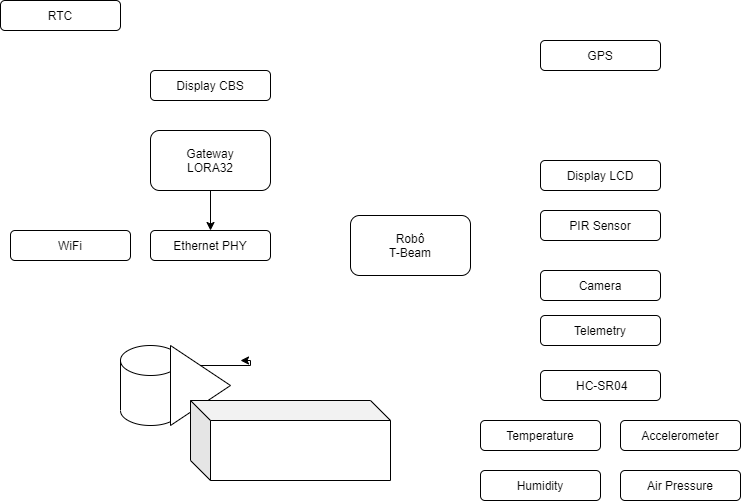
lllLDBlll/micro-ROS-TTGO keeps this draw.io diagram as diagrama.png. Above is the earlier version. Source tidied: cells renumbered, new cells last; positions are measured from the earlier drawing's top-left corner, leaving out a move shared by most shapes.
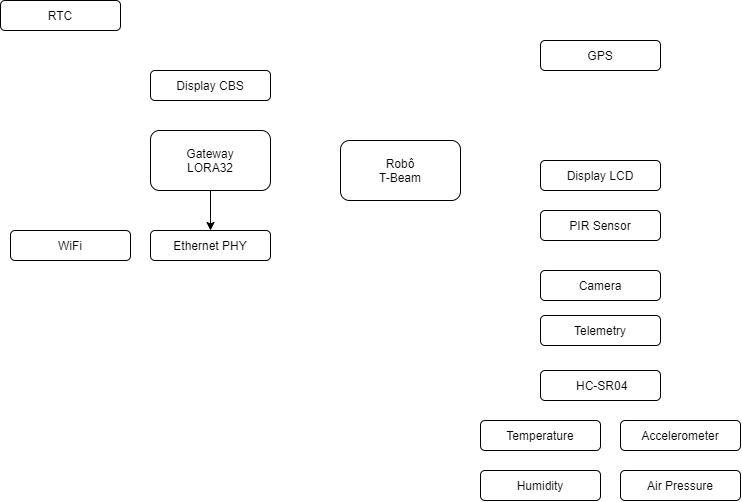
Above is the later version.

Diff of the diagram source:
```diff
@@ -3,7 +3,7 @@
     <mxCell id="0" />
     <mxCell id="1" parent="0" />
     <mxCell id="2" value="Robô&lt;br&gt;T-Beam" style="rounded=1;whiteSpace=wrap;html=1;" parent="1" vertex="1">
-      <mxGeometry x="350" y="215" width="120" height="60" as="geometry" />
+      <mxGeometry x="340" y="140" width="120" height="60" as="geometry" />
     </mxCell>
     <mxCell id="3" value="GPS" style="rounded=1;whiteSpace=wrap;html=1;" parent="1" vertex="1">
       <mxGeometry x="540" y="40" width="120" height="30" as="geometry" />
@@ -53,19 +53,5 @@
     <mxCell id="18" value="WiFi" style="rounded=1;whiteSpace=wrap;html=1;" parent="1" vertex="1">
       <mxGeometry x="10" y="230" width="120" height="30" as="geometry" />
     </mxCell>
-    <mxCell id="19" style="shape=cylinder3;whiteSpace=wrap;html=1;boundedLbl=1;backgroundOutline=1;size=15;" parent="1" vertex="1">
-      <mxGeometry x="120" y="345" width="60" height="80" as="geometry" />
-    </mxCell>
-    <mxCell id="20" style="edgeStyle=orthogonalEdgeStyle;rounded=0;jettySize=auto;html=1;exitX=0.5;exitY=0;exitDx=0;exitDy=0;" parent="1" edge="1" source="21">
-      <mxGeometry relative="1" as="geometry">
-        <mxPoint x="240" y="360" as="targetPoint" />
-      </mxGeometry>
-    </mxCell>
-    <mxCell id="21" style="triangle;whiteSpace=wrap;html=1;" parent="1" vertex="1">
-      <mxGeometry x="170" y="345" width="60" height="80" as="geometry" />
-    </mxCell>
-    <mxCell id="22" style="shape=cube;whiteSpace=wrap;html=1;boundedLbl=1;backgroundOutline=1;darkOpacity=0.05;darkOpacity2=0.1;" parent="1" vertex="1">
-      <mxGeometry x="190" y="400" width="200" height="80" as="geometry" />
-    </mxCell>
   </root>
 </mxGraphModel>
```
